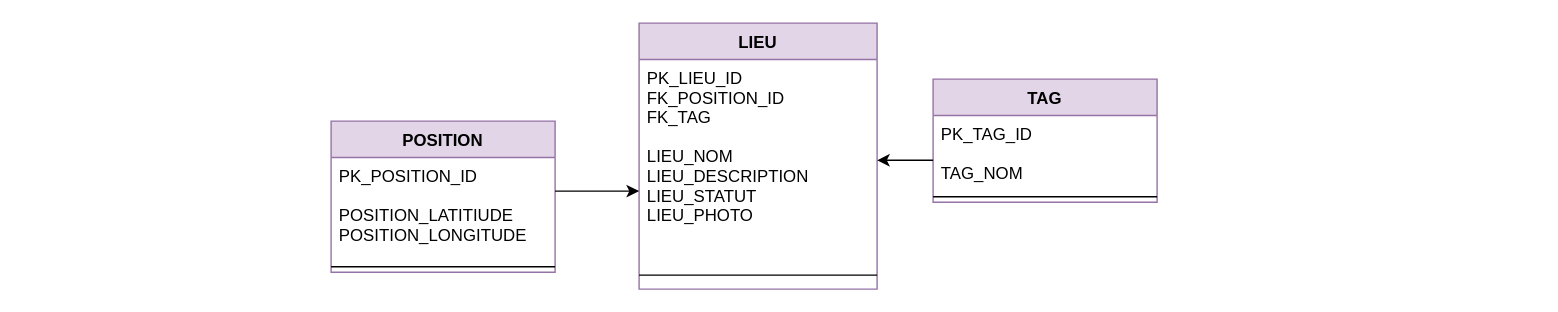
Above: Documents/Documentation/Modelisations/BDD_WavMap_V1.1.drawio in ConstantinHrrmn/WavContact (draw.io), before the change. Source tidied: cells renumbered, new cells numbered last; positions are measured from the earlier drawing's top-left corner, leaving out a move shared by most shapes. Both pictures are drawn from the tidied source at 140%, with x=0, y=0 at pixel (36, -664).
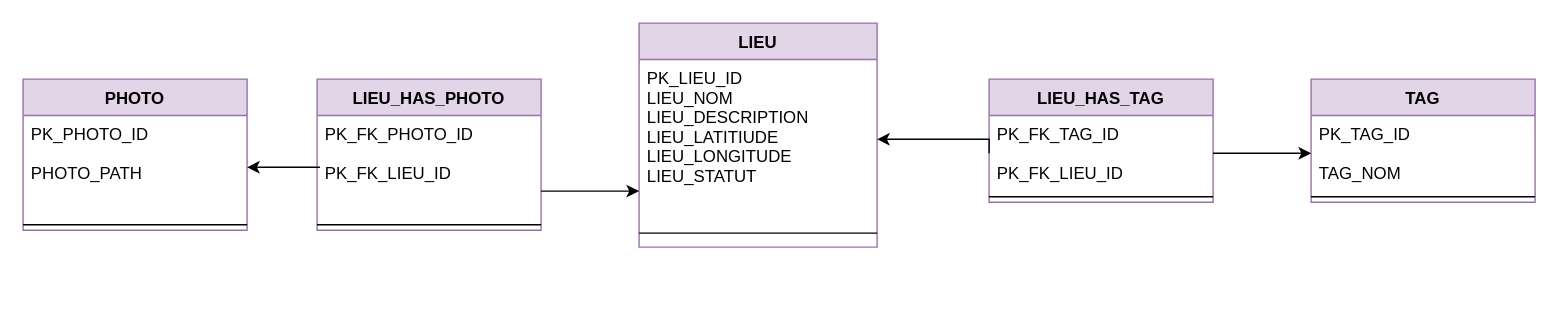
The same diagram, later.

The change refers to these unchanged cells:
```xml
<mxCell id="7" value="PK_TAG_ID&#10;&#10;TAG_NOM" style="text;strokeColor=none;fillColor=none;align=left;verticalAlign=top;spacingLeft=4;spacingRight=4;overflow=hidden;points=[[0,0.5],[1,0.5]];portConstraint=eastwest;" parent="6" vertex="1">
  <mxGeometry y="26" width="160" height="54" as="geometry" />
</mxCell>
```

Diff of the diagram source:
```diff
@@
     <mxCell id="3" value="LIEU" style="swimlane;fontStyle=1;align=center;verticalAlign=top;horizontal=1;startSize=26;fillColor=#e1d5e7;strokeColor=#9673a6;" parent="1" vertex="1">
-      <mxGeometry x="430" y="490" width="170" height="190" as="geometry" />
+      <mxGeometry x="430" y="490" width="170" height="160" as="geometry" />
     </mxCell>
-    <mxCell id="4" value="PK_LIEU_ID    &#10;FK_POSITION_ID&#10;FK_TAG&#10;&#10;LIEU_NOM&#10;LIEU_DESCRIPTION&#10;LIEU_STATUT&#10;LIEU_PHOTO" style="text;strokeColor=none;fillColor=none;align=left;verticalAlign=top;spacingLeft=4;spacingRight=4;overflow=hidden;points=[[0,0.5],[1,0.5]];portConstraint=eastwest;" parent="3" vertex="1">
-      <mxGeometry y="26" width="170" height="144" as="geometry" />
+    <mxCell id="4" value="PK_LIEU_ID&#10;LIEU_NOM&#10;LIEU_DESCRIPTION&#10;LIEU_LATITIUDE&#10;LIEU_LONGITUDE&#10;LIEU_STATUT" style="text;strokeColor=none;fillColor=none;align=left;verticalAlign=top;spacingLeft=4;spacingRight=4;overflow=hidden;points=[[0,0.5],[1,0.5]];portConstraint=eastwest;" parent="3" vertex="1">
+      <mxGeometry y="26" width="170" height="114" as="geometry" />
     </mxCell>
     <mxCell id="5" style="line;strokeWidth=1;fillColor=none;align=left;verticalAlign=middle;spacingTop=-1;spacingLeft=3;spacingRight=3;labelPosition=right;" parent="3" vertex="1">
-      <mxGeometry y="170" width="170" height="20" as="geometry" />
+      <mxGeometry y="140" width="170" height="20" as="geometry" />
     </mxCell>
     <mxCell id="6" value="TAG" style="swimlane;fontStyle=1;align=center;verticalAlign=top;horizontal=1;startSize=26;fillColor=#e1d5e7;strokeColor=#9673a6;" parent="1" vertex="1">
-      <mxGeometry x="640" y="530" width="160" height="88" as="geometry" />
+      <mxGeometry x="910" y="530" width="160" height="88" as="geometry" />
     </mxCell>
@@
-    <mxCell id="9" style="edgeStyle=orthogonalEdgeStyle;rounded=0;jettySize=auto;html=1;entryX=1;entryY=0.5;entryDx=0;entryDy=0;" parent="1" edge="1" source="7" target="4">
-      <mxGeometry relative="1" as="geometry">
-        <Array as="points">
-          <mxPoint x="730" y="588" />
-          <mxPoint x="730" y="588" />
-        </Array>
-      </mxGeometry>
-    </mxCell>
-    <mxCell id="10" value="POSITION" style="swimlane;fontStyle=1;align=center;verticalAlign=top;horizontal=1;startSize=26;fillColor=#e1d5e7;strokeColor=#9673a6;" parent="1" vertex="1">
-      <mxGeometry x="210" y="560" width="160" height="108" as="geometry" />
+    <mxCell id="10" value="LIEU_HAS_PHOTO" style="swimlane;fontStyle=1;align=center;verticalAlign=top;horizontal=1;startSize=26;fillColor=#e1d5e7;strokeColor=#9673a6;" parent="1" vertex="1">
+      <mxGeometry x="200" y="530" width="160" height="108" as="geometry" />
     </mxCell>
-    <mxCell id="11" value="PK_POSITION_ID&#10;&#10;POSITION_LATITIUDE&#10;POSITION_LONGITUDE" style="text;strokeColor=none;fillColor=none;align=left;verticalAlign=top;spacingLeft=4;spacingRight=4;overflow=hidden;points=[[0,0.5],[1,0.5]];portConstraint=eastwest;" parent="10" vertex="1">
+    <mxCell id="11" value="PK_FK_PHOTO_ID&#10;&#10;PK_FK_LIEU_ID" style="text;strokeColor=none;fillColor=none;align=left;verticalAlign=top;spacingLeft=4;spacingRight=4;overflow=hidden;points=[[0,0.5],[1,0.5]];portConstraint=eastwest;" parent="10" vertex="1">
       <mxGeometry y="26" width="160" height="74" as="geometry" />
     </mxCell>
@@
+    <mxCell id="14" value="LIEU_HAS_TAG" style="swimlane;fontStyle=1;align=center;verticalAlign=top;horizontal=1;startSize=26;fillColor=#e1d5e7;strokeColor=#9673a6;" parent="1" vertex="1">
+      <mxGeometry x="680" y="530" width="160" height="88" as="geometry" />
+    </mxCell>
+    <mxCell id="15" value="PK_FK_TAG_ID&#10;&#10;PK_FK_LIEU_ID" style="text;strokeColor=none;fillColor=none;align=left;verticalAlign=top;spacingLeft=4;spacingRight=4;overflow=hidden;points=[[0,0.5],[1,0.5]];portConstraint=eastwest;" parent="14" vertex="1">
+      <mxGeometry y="26" width="160" height="54" as="geometry" />
+    </mxCell>
+    <mxCell id="16" style="line;strokeWidth=1;fillColor=none;align=left;verticalAlign=middle;spacingTop=-1;spacingLeft=3;spacingRight=3;labelPosition=right;" parent="14" vertex="1">
+      <mxGeometry y="80" width="160" height="8" as="geometry" />
+    </mxCell>
+    <mxCell id="17" style="edgeStyle=orthogonalEdgeStyle;rounded=0;jettySize=auto;html=1;exitX=0;exitY=0.5;exitDx=0;exitDy=0;entryX=1;entryY=0.5;entryDx=0;entryDy=0;" parent="1" edge="1" source="15" target="4">
+      <mxGeometry relative="1" as="geometry">
+        <Array as="points">
+          <mxPoint x="680" y="573" />
+        </Array>
+      </mxGeometry>
+    </mxCell>
+    <mxCell id="18" value="PHOTO" style="swimlane;fontStyle=1;align=center;verticalAlign=top;horizontal=1;startSize=26;fillColor=#e1d5e7;strokeColor=#9673a6;" parent="1" vertex="1">
+      <mxGeometry x="-10" y="530" width="160" height="108" as="geometry" />
+    </mxCell>
+    <mxCell id="19" value="PK_PHOTO_ID&#10;&#10;PHOTO_PATH" style="text;strokeColor=none;fillColor=none;align=left;verticalAlign=top;spacingLeft=4;spacingRight=4;overflow=hidden;points=[[0,0.5],[1,0.5]];portConstraint=eastwest;" parent="18" vertex="1">
+      <mxGeometry y="26" width="160" height="74" as="geometry" />
+    </mxCell>
+    <mxCell id="20" style="line;strokeWidth=1;fillColor=none;align=left;verticalAlign=middle;spacingTop=-1;spacingLeft=3;spacingRight=3;labelPosition=right;" parent="18" vertex="1">
+      <mxGeometry y="100" width="160" height="8" as="geometry" />
+    </mxCell>
+    <mxCell id="21" style="edgeStyle=orthogonalEdgeStyle;rounded=0;jettySize=auto;html=1;entryX=1;entryY=0.5;entryDx=0;entryDy=0;" parent="1" edge="1" target="19">
+      <mxGeometry relative="1" as="geometry">
+        <mxPoint x="202" y="593" as="sourcePoint" />
+        <Array as="points">
+          <mxPoint x="202" y="593" />
+        </Array>
+      </mxGeometry>
+    </mxCell>
+    <mxCell id="9" style="edgeStyle=orthogonalEdgeStyle;rounded=0;jettySize=auto;html=1;exitX=1;exitY=0.5;exitDx=0;exitDy=0;entryX=0;entryY=0.5;entryDx=0;entryDy=0;" parent="1" edge="1" source="15" target="7">
+      <mxGeometry relative="1" as="geometry" />
+    </mxCell>
```
